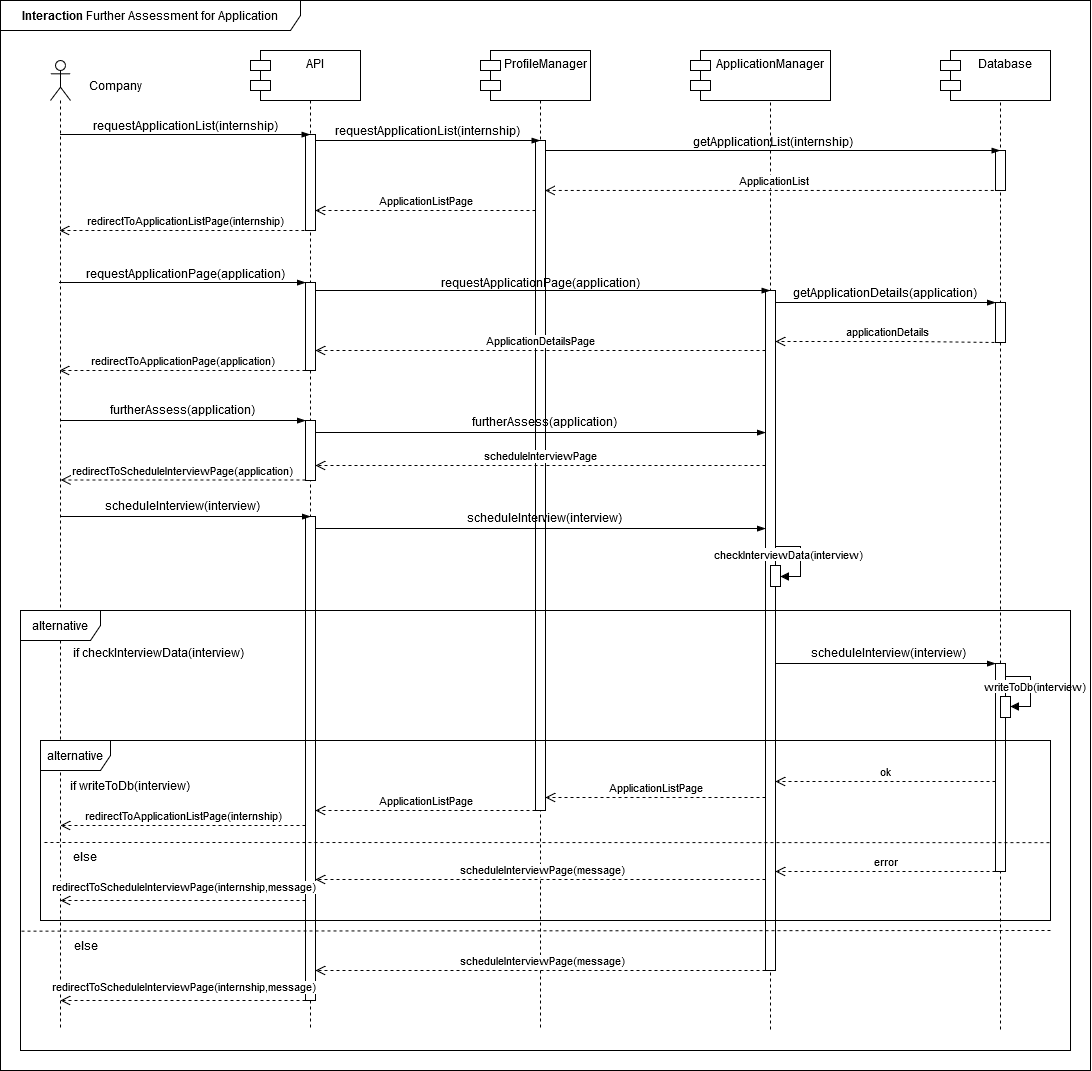
Before: DD/Images/Interactions/INT15_FurtherAssessmentForApplication.drawio.png, a diagram exported from draw.io (edogriba/GribaldoRosa). Source tidied: cells renumbered, new cells last; positions are measured from the earlier drawing's top-left corner, leaving out a move shared by most shapes.
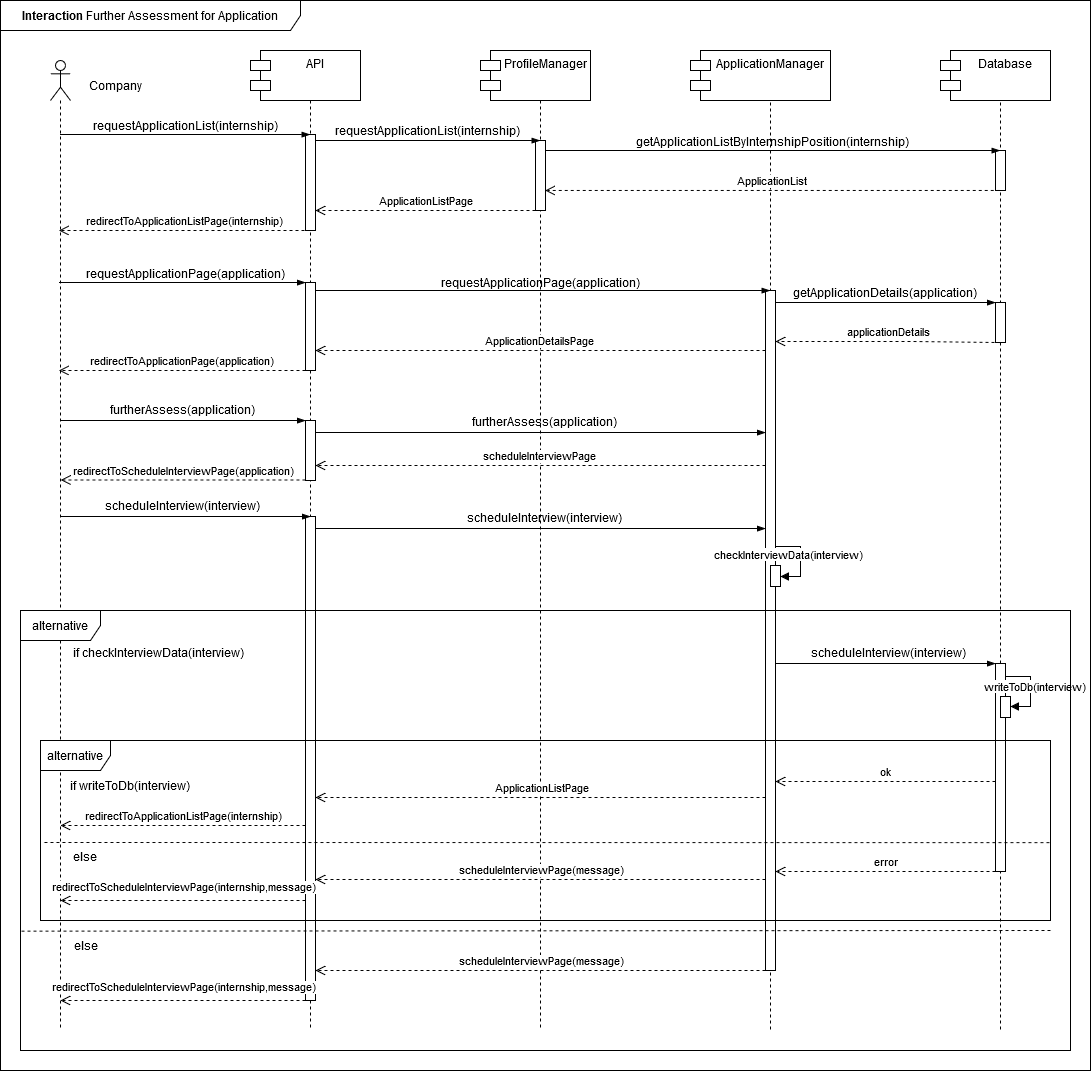
After the change.

Diff of the diagram source:
```diff
@@ -45,7 +45,7 @@
       <mxGeometry x="490" y="60" width="100" height="970" as="geometry" />
     </mxCell>
     <mxCell id="14" style="html=1;points=[[0,0,0,0,5],[0,1,0,0,-5],[1,0,0,0,5],[1,1,0,0,-5]];perimeter=orthogonalPerimeter;outlineConnect=0;targetShapes=umlLifeline;portConstraint=eastwest;newEdgeStyle={&quot;curved&quot;:0,&quot;rounded&quot;:0};" parent="13" vertex="1">
-      <mxGeometry x="45" y="80" width="10" height="670" as="geometry" />
+      <mxGeometry x="45" y="80" width="10" height="70" as="geometry" />
     </mxCell>
     <mxCell id="15" value="ProfileManager" style="shape=module;align=left;spacingLeft=20;align=center;verticalAlign=top;whiteSpace=wrap;html=1;" parent="1" vertex="1">
       <mxGeometry x="480" y="50" width="110" height="50" as="geometry" />
@@ -75,8 +75,8 @@
         </Array>
       </mxGeometry>
     </mxCell>
-    <mxCell id="23" value="getApplicationList(internship)" style="text;html=1;align=center;verticalAlign=middle;strokeColor=none;fillColor=none;" parent="1" vertex="1">
-      <mxGeometry x="682" y="126" width="180" height="30" as="geometry" />
+    <mxCell id="23" value="getApplicationListByInternshipPosition(internship)" style="text;html=1;align=center;verticalAlign=middle;strokeColor=none;fillColor=none;" parent="1" vertex="1">
+      <mxGeometry x="622" y="126" width="300" height="30" as="geometry" />
     </mxCell>
     <mxCell id="24" value="redirectToApplicationListPage(internship)" style="html=1;verticalAlign=bottom;endArrow=open;dashed=1;endSize=8;curved=0;rounded=0;" parent="1" edge="1" target="7">
       <mxGeometry relative="1" as="geometry">
@@ -305,10 +305,9 @@
         <mxPoint x="775" y="781" as="targetPoint" />
       </mxGeometry>
     </mxCell>
-    <mxCell id="65" value="ApplicationListPage" style="html=1;verticalAlign=bottom;endArrow=open;dashed=1;endSize=8;curved=0;rounded=0;" parent="1" edge="1">
+    <mxCell id="65" value="ApplicationListPage" style="html=1;verticalAlign=bottom;endArrow=open;dashed=1;endSize=8;curved=0;rounded=0;" parent="1" edge="1" target="6">
       <mxGeometry relative="1" as="geometry">
         <mxPoint x="765" y="797" as="sourcePoint" />
-        <mxPoint x="545" y="797" as="targetPoint" />
       </mxGeometry>
     </mxCell>
     <mxCell id="66" value="&lt;div&gt;scheduleInterviewPage(message)&lt;br&gt;&lt;/div&gt;" style="html=1;verticalAlign=bottom;endArrow=open;dashed=1;endSize=8;curved=0;rounded=0;" parent="1" edge="1">
@@ -343,12 +342,6 @@
         <mxPoint x="60" y="900" as="targetPoint" />
       </mxGeometry>
     </mxCell>
-    <mxCell id="73" value="ApplicationListPage" style="html=1;verticalAlign=bottom;endArrow=open;dashed=1;endSize=8;curved=0;rounded=0;" parent="1" edge="1">
-      <mxGeometry relative="1" as="geometry">
-        <mxPoint x="535" y="810" as="sourcePoint" />
-        <mxPoint x="315" y="810" as="targetPoint" />
-      </mxGeometry>
-    </mxCell>
     <mxCell id="74" value="&lt;div&gt;scheduleInterviewPage(message)&lt;br&gt;&lt;/div&gt;" style="html=1;verticalAlign=bottom;endArrow=open;dashed=1;endSize=8;curved=0;rounded=0;" parent="1" edge="1">
       <mxGeometry relative="1" as="geometry">
         <mxPoint x="765" y="970" as="sourcePoint" />
```
